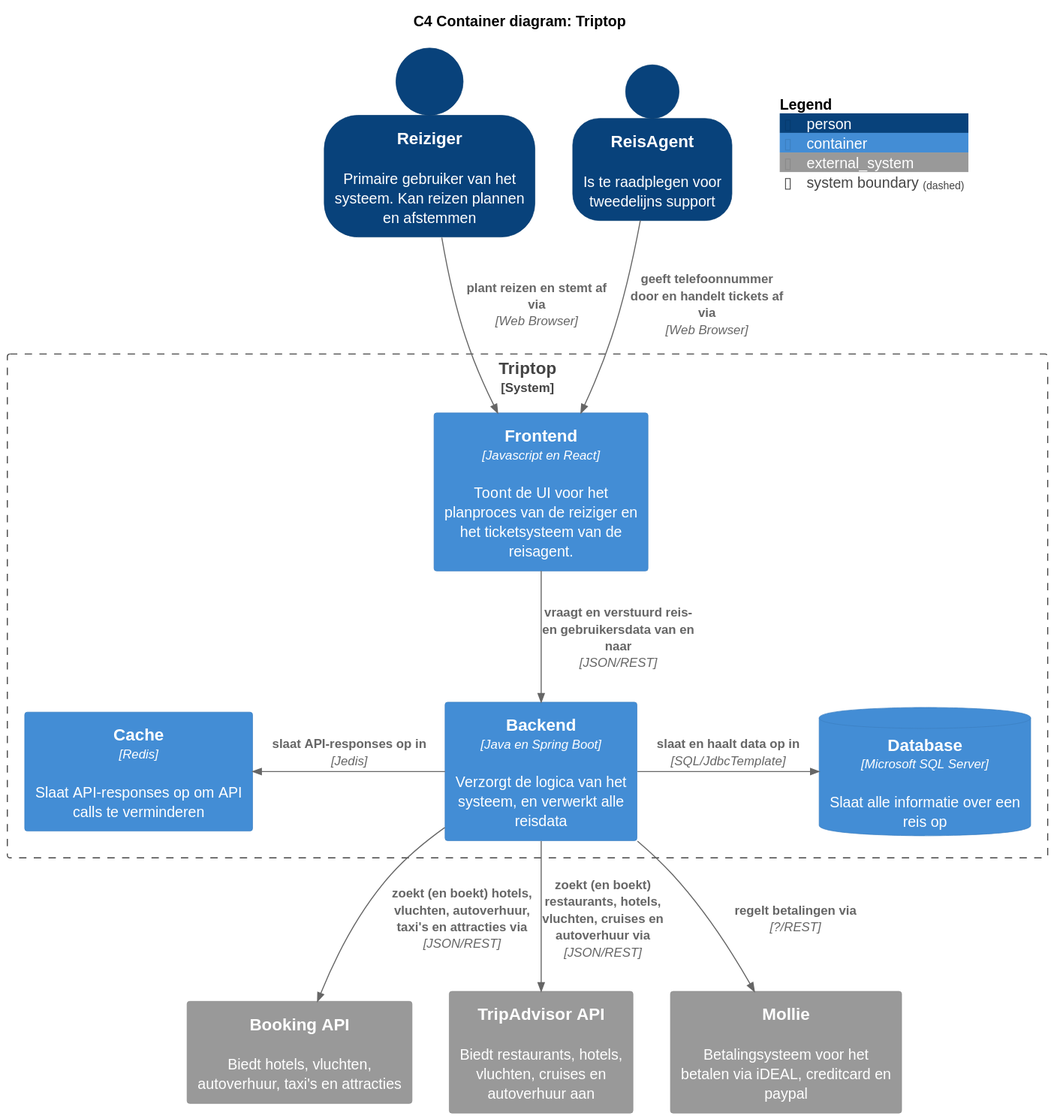
This is software-guidebook/sgb-bestanden/container-diagram-C4_Container_diagram__TripTop.svg from AIM-ENE-feb25/triptop-groep-4-jochem-roald-stijn-a, a PlantUML export, as it was before one commit.
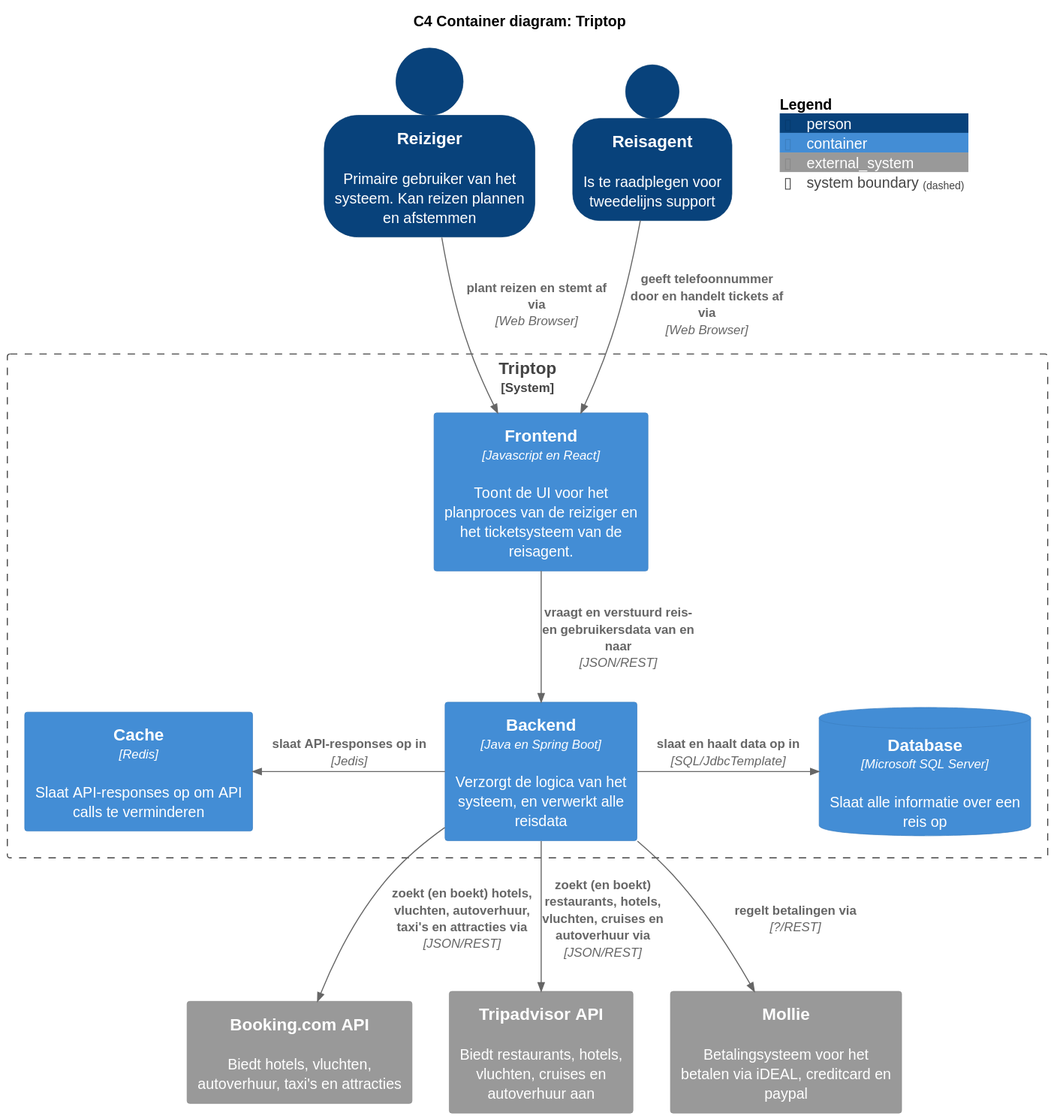
The same diagram one commit later.

What changed in the source:
```diff
@@ -7,7 +7,7 @@
 SHOW_PERSON_OUTLINE()
 
 Person(reiziger, "Reiziger", "Primaire gebruiker van het systeem. Kan reizen plannen en afstemmen")
-Person(reisagent, "ReisAgent", "Is te raadplegen voor tweedelijns support")
+Person(reisagent, "Reisagent", "Is te raadplegen voor tweedelijns support")
 
 System_Boundary(system, "Triptop") {
     Container(frontend, "Frontend", "Javascript en React", "Toont de UI voor het planproces van de reiziger en het ticketsysteem van de reisagent.")
@@ -16,8 +16,8 @@
     Container(cache, "Cache", "Redis", "Slaat API-responses op om API calls te verminderen")
 }
 
-System_Ext(booking, "Booking API", "Biedt hotels, vluchten, autoverhuur, taxi's en attracties")
-System_Ext(tripadvisor, "TripAdvisor API", "Biedt restaurants, hotels, vluchten, cruises en autoverhuur aan")
+System_Ext(booking, "Booking.com API", "Biedt hotels, vluchten, autoverhuur, taxi's en attracties")
+System_Ext(tripadvisor, "Tripadvisor API", "Biedt restaurants, hotels, vluchten, cruises en autoverhuur aan")
 System_Ext(mollie, "Mollie", "Betalingsysteem voor het betalen via iDEAL, creditcard en paypal")
 
 Rel(reiziger, frontend, "plant reizen en stemt af via", "Web Browser")
```
